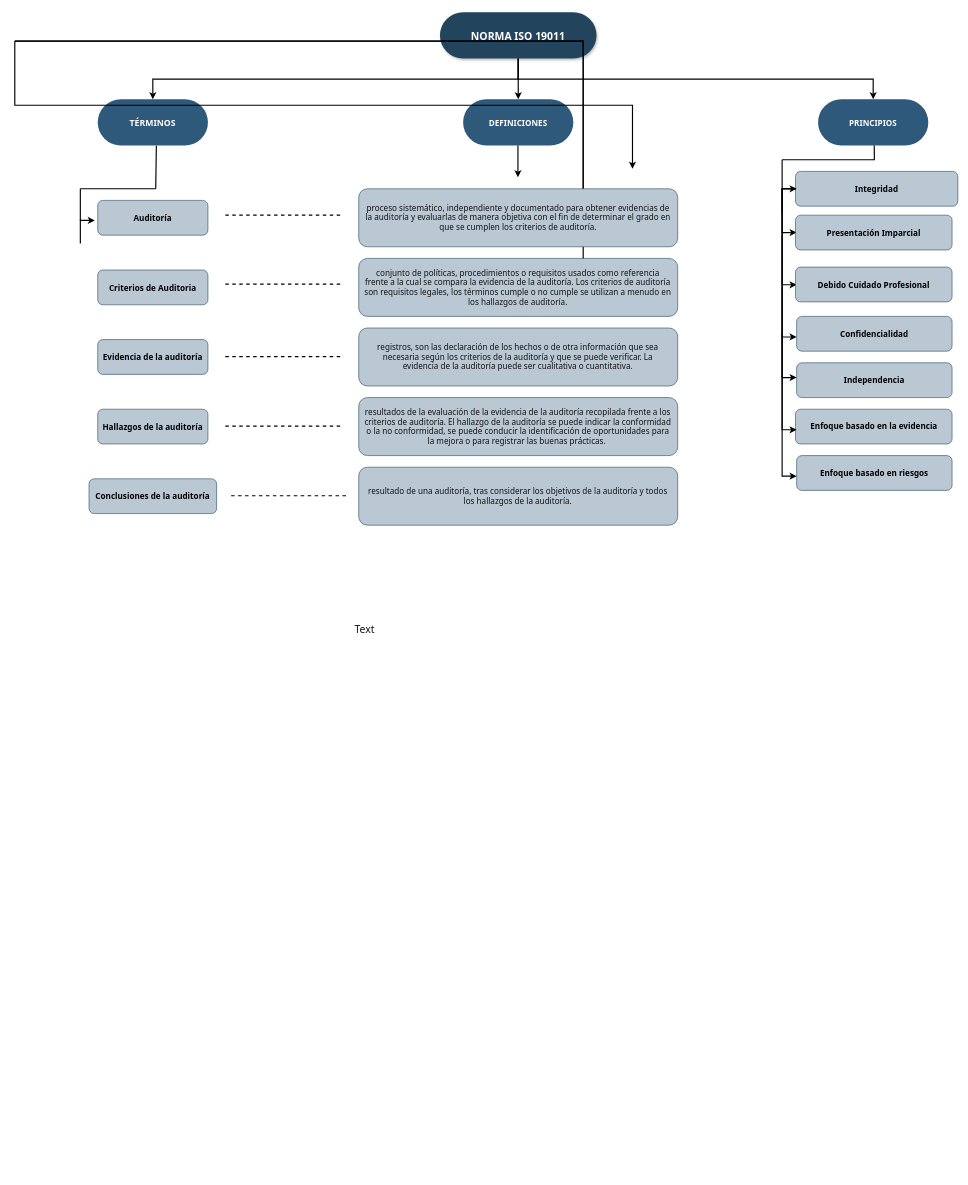
Above: Untitled Diagram.drawio in eleanorMarquez/TYPO3CMS-Tutorial-GettingStarted (draw.io), before the change. Source tidied: cells renumbered, new cells numbered last; positions are measured from the earlier drawing's top-left corner, leaving out a move shared by most shapes. Both pictures are drawn from the tidied source at 58%, with x=0, y=0 at pixel (14, 12).
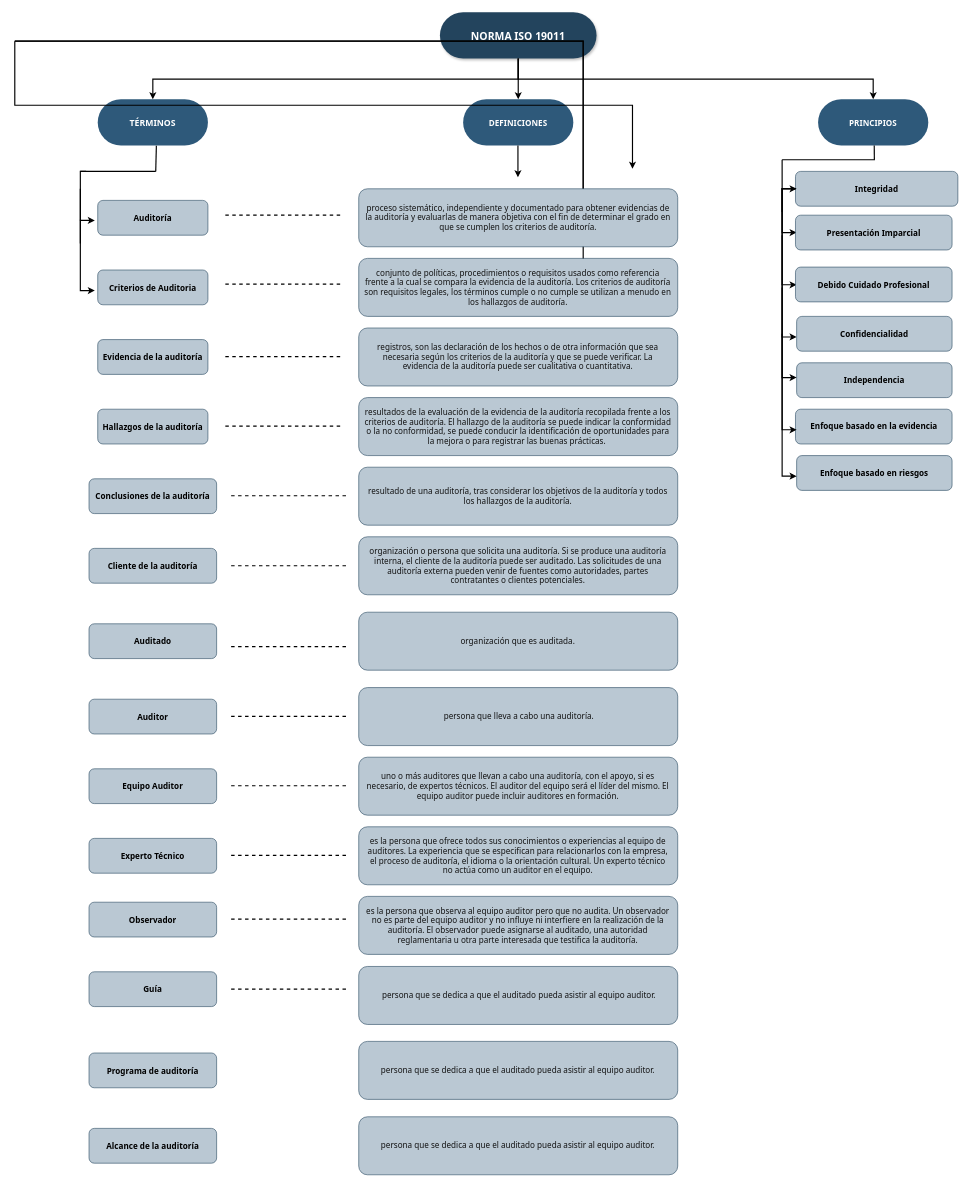
The same diagram, later.

Commit message (it also covers changes not shown here):
Norma ISO

The change refers to these unchanged cells:
```xml
<mxCell id="6" value="TÉRMINOS" style="rounded=1;gradientColor=none;strokeColor=none;fontColor=#FFFFFF;fontStyle=1;fontFamily=Tahoma;fontSize=15;arcSize=50;fillColor=#2E597A;" parent="1" vertex="1">
  <mxGeometry x="143" y="149.5" width="190" height="80" as="geometry" />
</mxCell>
```

Change to the diagram source:
```diff
@@
-    <mxCell id="28" value="Text" style="text;html=1;align=center;verticalAlign=middle;strokeColor=none;fontSize=18;fontFamily=Tahoma;fontColor=#121212;" parent="1" vertex="1">
-      <mxGeometry x="583" y="1054" width="40" height="20" as="geometry" />
-    </mxCell>
@@
     <mxCell id="42" style="endArrow=none;html=1;fontFamily=Tahoma;fontSize=65;fontColor=#121212;strokeWidth=2;" parent="1" edge="1">
       <mxGeometry relative="1" as="geometry">
-        <mxPoint x="113" y="304" as="sourcePoint" />
-        <mxPoint x="243" y="304" as="targetPoint" />
+        <mxPoint x="113" y="274" as="sourcePoint" />
+        <mxPoint x="243" y="274" as="targetPoint" />
       </mxGeometry>
     </mxCell>
     <mxCell id="43" style="endArrow=none;html=1;fontFamily=Tahoma;fontSize=65;fontColor=#121212;strokeWidth=2;exitX=0.532;exitY=1.006;exitDx=0;exitDy=0;exitPerimeter=0;" parent="1" edge="1" source="6">
       <mxGeometry relative="1" as="geometry">
-        <mxPoint x="243" y="304" as="targetPoint" />
+        <mxPoint x="243" y="274" as="targetPoint" />
       </mxGeometry>
     </mxCell>
@@
+    <mxCell id="50" style="edgeStyle=elbowEdgeStyle;elbow=horizontal;strokeWidth=2;rounded=0;" parent="1" edge="1">
+      <mxGeometry x="-1300" y="135.5" as="geometry">
+        <mxPoint x="123" y="274" as="sourcePoint" />
+        <mxPoint x="138" y="479.5" as="targetPoint" />
+        <Array as="points">
+          <mxPoint x="113" y="409.5" />
+        </Array>
+      </mxGeometry>
+    </mxCell>
+    <mxCell id="51" value="Cliente de la auditoría" style="rounded=1;strokeColor=#23445d;fontStyle=1;fontFamily=Tahoma;fontSize=14;fillColor=#bac8d3;" parent="1" vertex="1">
+      <mxGeometry x="128" y="924" width="220" height="60" as="geometry" />
+    </mxCell>
+    <mxCell id="52" style="endArrow=none;dashed=1;html=1;fontFamily=Tahoma;fontSize=65;fontColor=#121212;strokeWidth=2;" parent="1" edge="1">
+      <mxGeometry relative="1" as="geometry">
+        <mxPoint x="373" y="954" as="sourcePoint" />
+        <mxPoint x="573" y="954" as="targetPoint" />
+      </mxGeometry>
+    </mxCell>
+    <mxCell id="53" value="organización o persona que solicita una auditoría. Si se produce una auditoría interna, el cliente de la auditoría puede ser auditado. Las solicitudes de una auditoría externa pueden venir de fuentes como autoridades, partes contratantes o clientes potenciales." style="rounded=1;strokeColor=#23445d;fontStyle=0;fontFamily=Tahoma;fontSize=14;fillColor=#bac8d3;labelBackgroundColor=none;fontColor=#121212;whiteSpace=wrap;labelBorderColor=none;spacingLeft=9;spacingRight=10;" parent="1" vertex="1">
+      <mxGeometry x="593" y="904" width="550" height="100" as="geometry" />
+    </mxCell>
+    <mxCell id="54" value="Auditado" style="rounded=1;strokeColor=#23445d;fontStyle=1;fontFamily=Tahoma;fontSize=14;fillColor=#bac8d3;" parent="1" vertex="1">
+      <mxGeometry x="128" y="1054" width="220" height="60" as="geometry" />
+    </mxCell>
+    <mxCell id="55" style="endArrow=none;dashed=1;html=1;fontFamily=Tahoma;fontSize=65;fontColor=#121212;strokeWidth=2;" parent="1" edge="1">
+      <mxGeometry relative="1" as="geometry">
+        <mxPoint x="373" y="1093.5" as="sourcePoint" />
+        <mxPoint x="573" y="1093.5" as="targetPoint" />
+      </mxGeometry>
+    </mxCell>
+    <mxCell id="56" value="organización que es auditada." style="rounded=1;strokeColor=#23445d;fontStyle=0;fontFamily=Tahoma;fontSize=14;fillColor=#bac8d3;labelBackgroundColor=none;fontColor=#121212;whiteSpace=wrap;labelBorderColor=none;spacingLeft=9;spacingRight=10;" parent="1" vertex="1">
+      <mxGeometry x="593" y="1034" width="550" height="100" as="geometry" />
+    </mxCell>
+    <mxCell id="57" value="Auditor" style="rounded=1;strokeColor=#23445d;fontStyle=1;fontFamily=Tahoma;fontSize=14;fillColor=#bac8d3;" parent="1" vertex="1">
+      <mxGeometry x="128" y="1184" width="220" height="60" as="geometry" />
+    </mxCell>
+    <mxCell id="58" value=" persona que lleva a cabo una auditoría." style="rounded=1;strokeColor=#23445d;fontStyle=0;fontFamily=Tahoma;fontSize=14;fillColor=#bac8d3;labelBackgroundColor=none;fontColor=#121212;whiteSpace=wrap;labelBorderColor=none;spacingLeft=9;spacingRight=10;" parent="1" vertex="1">
+      <mxGeometry x="593" y="1164" width="550" height="100" as="geometry" />
+    </mxCell>
+    <mxCell id="59" style="endArrow=none;dashed=1;html=1;fontFamily=Tahoma;fontSize=65;fontColor=#121212;strokeWidth=2;" parent="1" edge="1">
+      <mxGeometry relative="1" as="geometry">
+        <mxPoint x="373" y="1213.5" as="sourcePoint" />
+        <mxPoint x="573" y="1213.5" as="targetPoint" />
+      </mxGeometry>
+    </mxCell>
+    <mxCell id="60" value="Equipo Auditor" style="rounded=1;strokeColor=#23445d;fontStyle=1;fontFamily=Tahoma;fontSize=14;fillColor=#bac8d3;" parent="1" vertex="1">
+      <mxGeometry x="128" y="1304" width="220" height="60" as="geometry" />
+    </mxCell>
+    <mxCell id="61" value="uno o más auditores que llevan a cabo una auditoría, con el apoyo, si es necesario, de expertos técnicos. El auditor del equipo será el líder del mismo. El equipo auditor puede incluir auditores en formación." style="rounded=1;strokeColor=#23445d;fontStyle=0;fontFamily=Tahoma;fontSize=14;fillColor=#bac8d3;labelBackgroundColor=none;fontColor=#121212;whiteSpace=wrap;labelBorderColor=none;spacingLeft=9;spacingRight=10;" parent="1" vertex="1">
+      <mxGeometry x="593" y="1284" width="550" height="100" as="geometry" />
+    </mxCell>
+    <mxCell id="62" style="endArrow=none;dashed=1;html=1;fontFamily=Tahoma;fontSize=65;fontColor=#121212;strokeWidth=2;" parent="1" edge="1">
+      <mxGeometry relative="1" as="geometry">
+        <mxPoint x="373" y="1333.2" as="sourcePoint" />
+        <mxPoint x="573" y="1333.2" as="targetPoint" />
+      </mxGeometry>
+    </mxCell>
+    <mxCell id="63" value="Experto Técnico" style="rounded=1;strokeColor=#23445d;fontStyle=1;fontFamily=Tahoma;fontSize=14;fillColor=#bac8d3;" parent="1" vertex="1">
+      <mxGeometry x="128" y="1424" width="220" height="60" as="geometry" />
+    </mxCell>
+    <mxCell id="64" style="endArrow=none;dashed=1;html=1;fontFamily=Tahoma;fontSize=65;fontColor=#121212;strokeWidth=2;" parent="1" edge="1">
+      <mxGeometry relative="1" as="geometry">
+        <mxPoint x="373" y="1453.2" as="sourcePoint" />
+        <mxPoint x="573" y="1453.2" as="targetPoint" />
+      </mxGeometry>
+    </mxCell>
+    <mxCell id="65" value="es la persona que ofrece todos sus conocimientos o experiencias al equipo de auditores. La experiencia que se especifican para relacionarlos con la empresa, el proceso de auditoría, el idioma o la orientación cultural. Un experto técnico no actúa como un auditor en el equipo." style="rounded=1;strokeColor=#23445d;fontStyle=0;fontFamily=Tahoma;fontSize=14;fillColor=#bac8d3;labelBackgroundColor=none;fontColor=#121212;whiteSpace=wrap;labelBorderColor=none;spacingLeft=9;spacingRight=10;" parent="1" vertex="1">
+      <mxGeometry x="593" y="1404" width="550" height="100" as="geometry" />
+    </mxCell>
+    <mxCell id="66" value="Observador" style="rounded=1;strokeColor=#23445d;fontStyle=1;fontFamily=Tahoma;fontSize=14;fillColor=#bac8d3;" parent="1" vertex="1">
+      <mxGeometry x="128" y="1534" width="220" height="60" as="geometry" />
+    </mxCell>
+    <mxCell id="67" style="endArrow=none;dashed=1;html=1;fontFamily=Tahoma;fontSize=65;fontColor=#121212;strokeWidth=2;" parent="1" edge="1">
+      <mxGeometry relative="1" as="geometry">
+        <mxPoint x="373" y="1563.2" as="sourcePoint" />
+        <mxPoint x="573" y="1563.2" as="targetPoint" />
+      </mxGeometry>
+    </mxCell>
+    <mxCell id="68" value="es la persona que observa al equipo auditor pero que no audita. Un observador no es parte del equipo auditor y no influye ni interfiere en la realización de la auditoría. El observador puede asignarse al auditado, una autoridad reglamentaria u otra parte interesada que testifica la auditoría." style="rounded=1;strokeColor=#23445d;fontStyle=0;fontFamily=Tahoma;fontSize=14;fillColor=#bac8d3;labelBackgroundColor=none;fontColor=#121212;whiteSpace=wrap;labelBorderColor=none;spacingLeft=9;spacingRight=10;" parent="1" vertex="1">
+      <mxGeometry x="593" y="1524" width="550" height="100" as="geometry" />
+    </mxCell>
+    <mxCell id="69" value="Guía" style="rounded=1;strokeColor=#23445d;fontStyle=1;fontFamily=Tahoma;fontSize=14;fillColor=#bac8d3;" parent="1" vertex="1">
+      <mxGeometry x="128" y="1654" width="220" height="60" as="geometry" />
+    </mxCell>
+    <mxCell id="70" style="endArrow=none;dashed=1;html=1;fontFamily=Tahoma;fontSize=65;fontColor=#121212;strokeWidth=2;" parent="1" edge="1">
+      <mxGeometry relative="1" as="geometry">
+        <mxPoint x="373" y="1684" as="sourcePoint" />
+        <mxPoint x="573" y="1684" as="targetPoint" />
+      </mxGeometry>
+    </mxCell>
+    <mxCell id="71" value=" persona que se dedica a que el auditado pueda asistir al equipo auditor." style="rounded=1;strokeColor=#23445d;fontStyle=0;fontFamily=Tahoma;fontSize=14;fillColor=#bac8d3;labelBackgroundColor=none;fontColor=#121212;whiteSpace=wrap;labelBorderColor=none;spacingLeft=9;spacingRight=10;" parent="1" vertex="1">
+      <mxGeometry x="593" y="1644.8" width="550" height="100" as="geometry" />
+    </mxCell>
+    <mxCell id="72" value="Programa de auditoría" style="rounded=1;strokeColor=#23445d;fontStyle=1;fontFamily=Tahoma;fontSize=14;fillColor=#bac8d3;" parent="1" vertex="1">
+      <mxGeometry x="128" y="1794" width="220" height="60" as="geometry" />
+    </mxCell>
+    <mxCell id="73" value="persona que se dedica a que el auditado pueda asistir al equipo auditor." style="rounded=1;strokeColor=#23445d;fontStyle=0;fontFamily=Tahoma;fontSize=14;fillColor=#bac8d3;labelBackgroundColor=none;fontColor=#121212;whiteSpace=wrap;labelBorderColor=none;spacingLeft=9;spacingRight=10;" parent="1" vertex="1">
+      <mxGeometry x="593" y="1774" width="550" height="100" as="geometry" />
+    </mxCell>
+    <mxCell id="74" value="Alcance de la auditoría" style="rounded=1;strokeColor=#23445d;fontStyle=1;fontFamily=Tahoma;fontSize=14;fillColor=#bac8d3;" parent="1" vertex="1">
+      <mxGeometry x="128" y="1924" width="220" height="60" as="geometry" />
+    </mxCell>
+    <mxCell id="75" value="persona que se dedica a que el auditado pueda asistir al equipo auditor." style="rounded=1;strokeColor=#23445d;fontStyle=0;fontFamily=Tahoma;fontSize=14;fillColor=#bac8d3;labelBackgroundColor=none;fontColor=#121212;whiteSpace=wrap;labelBorderColor=none;spacingLeft=9;spacingRight=10;" parent="1" vertex="1">
+      <mxGeometry x="593" y="1904" width="550" height="100" as="geometry" />
+    </mxCell>
```
